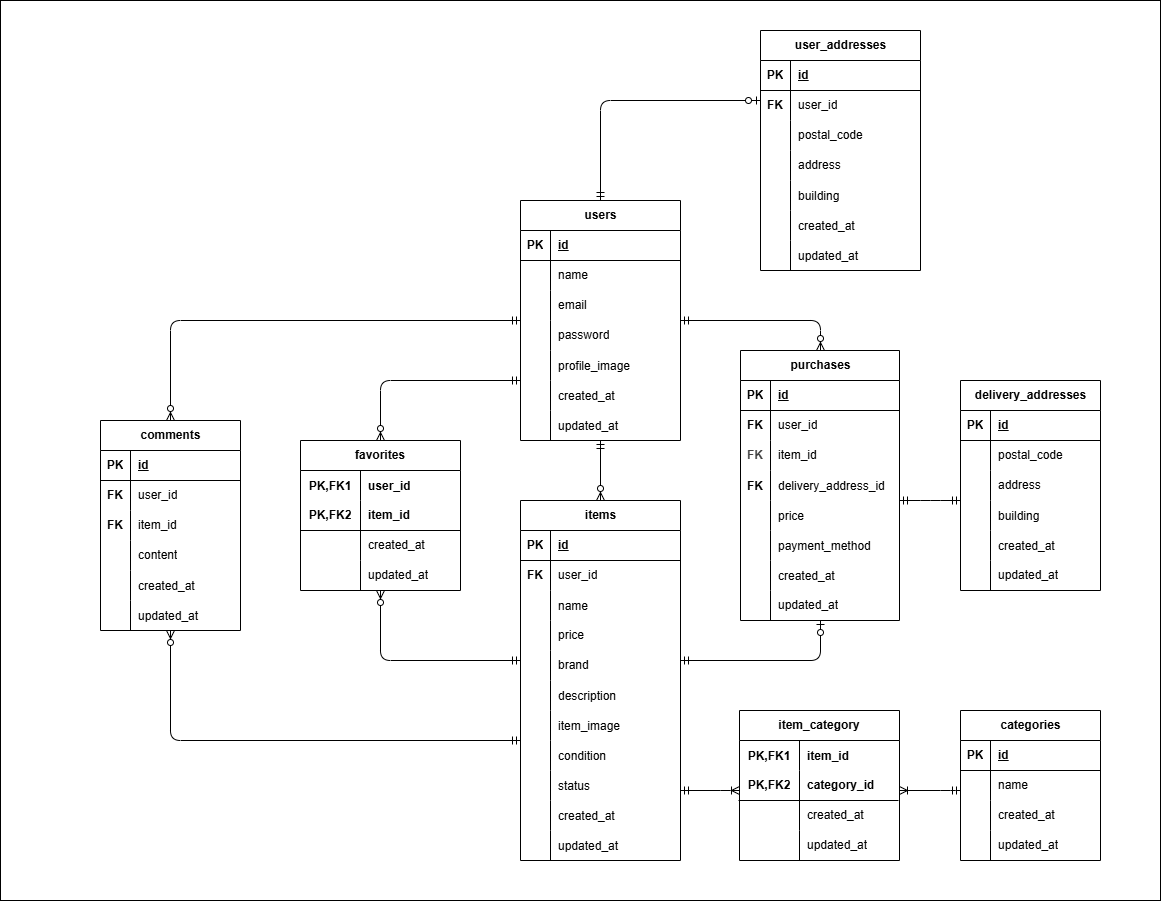
The draw.io diagram docs/ER-diagram.png in some-git-hub/flea-market, before a commit. Source tidied: cells renumbered, new cells last; positions are measured from the earlier drawing's top-left corner, leaving out a move shared by most shapes.
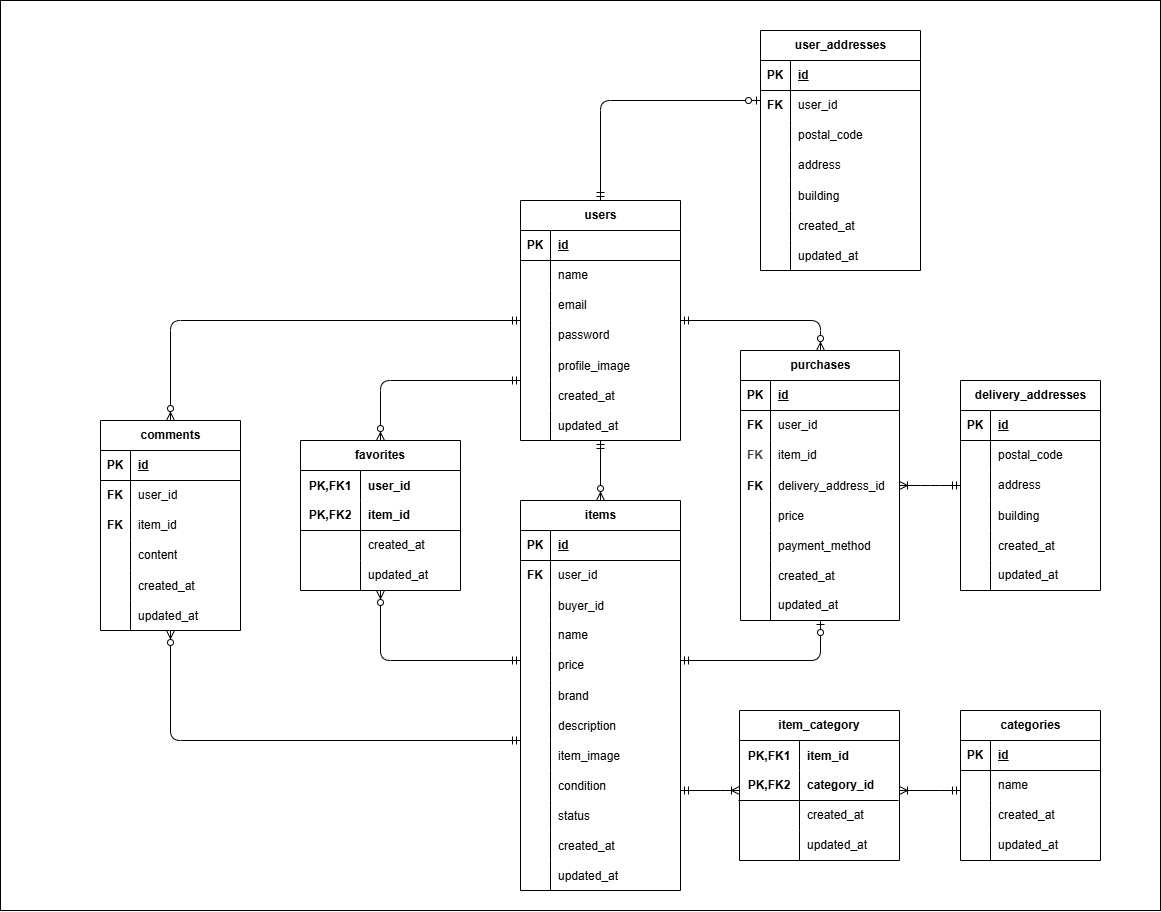
After the change.

Diff of the diagram source:
```diff
@@ -3,7 +3,7 @@
     <mxCell id="0" />
     <mxCell id="1" parent="0" />
     <mxCell id="2" style="rounded=0;whiteSpace=wrap;html=1;" parent="1" vertex="1">
-      <mxGeometry width="1160" height="900" as="geometry" />
+      <mxGeometry width="1160" height="910" as="geometry" />
     </mxCell>
     <mxCell id="3" value="users" style="shape=table;startSize=30;rowLines=0;fontStyle=1;align=center;html=1;" parent="1" vertex="1">
       <mxGeometry x="520" y="200" width="160" height="240" as="geometry" />
@@ -138,7 +138,7 @@
       <mxGeometry x="30" width="130" height="30" as="geometry" />
     </mxCell>
     <mxCell id="47" value="items" style="shape=table;startSize=30;rowLines=0;fontStyle=1;align=center;html=1;" parent="1" vertex="1">
-      <mxGeometry x="520" y="500" width="160" height="360" as="geometry" />
+      <mxGeometry x="520" y="500" width="160" height="390" as="geometry" />
     </mxCell>
     <mxCell id="48" style="shape=tableRow;horizontal=0;startSize=0;swimlaneHead=0;swimlaneBody=0;fillColor=none;top=0;left=0;right=0;bottom=1;" parent="47" vertex="1">
       <mxGeometry y="30" width="160" height="30" as="geometry" />
@@ -164,7 +164,7 @@
     <mxCell id="55" style="shape=partialRectangle;fillColor=none;top=0;left=0;bottom=0;right=0;overflow=hidden;" parent="54" vertex="1">
       <mxGeometry width="30" height="30" as="geometry" />
     </mxCell>
-    <mxCell id="56" value="name" style="shape=partialRectangle;fillColor=none;top=0;left=0;bottom=0;right=0;align=left;spacingLeft=6;overflow=hidden;" parent="54" vertex="1">
+    <mxCell id="56" value="buyer_id" style="shape=partialRectangle;fillColor=none;top=0;left=0;bottom=0;right=0;align=left;spacingLeft=6;overflow=hidden;" parent="54" vertex="1">
       <mxGeometry x="30" width="130" height="30" as="geometry" />
     </mxCell>
     <mxCell id="57" style="shape=tableRow;horizontal=0;startSize=0;swimlaneHead=0;swimlaneBody=0;fillColor=none;top=0;left=0;right=0;bottom=0;" parent="47" vertex="1">
@@ -173,7 +173,7 @@
     <mxCell id="58" style="shape=partialRectangle;fillColor=none;top=0;left=0;bottom=0;right=0;overflow=hidden;whiteSpace=wrap;html=1;" parent="57" vertex="1">
       <mxGeometry width="30" height="30" as="geometry" />
     </mxCell>
-    <mxCell id="59" value="price" style="shape=partialRectangle;fillColor=none;top=0;left=0;bottom=0;right=0;align=left;spacingLeft=6;overflow=hidden;whiteSpace=wrap;html=1;" parent="57" vertex="1">
+    <mxCell id="59" value="&lt;span style=&quot;color: rgb(0, 0, 0); text-wrap-mode: nowrap;&quot;&gt;name&lt;/span&gt;" style="shape=partialRectangle;fillColor=none;top=0;left=0;bottom=0;right=0;align=left;spacingLeft=6;overflow=hidden;whiteSpace=wrap;html=1;" parent="57" vertex="1">
       <mxGeometry x="30" width="130" height="30" as="geometry" />
     </mxCell>
     <mxCell id="60" style="shape=tableRow;horizontal=0;startSize=0;swimlaneHead=0;swimlaneBody=0;fillColor=none;top=0;left=0;right=0;bottom=0;" parent="47" vertex="1">
@@ -182,7 +182,7 @@
     <mxCell id="61" style="shape=partialRectangle;fillColor=none;top=0;left=0;bottom=0;right=0;overflow=hidden;whiteSpace=wrap;html=1;" parent="60" vertex="1">
       <mxGeometry width="30" height="30" as="geometry" />
     </mxCell>
-    <mxCell id="62" value="brand" style="shape=partialRectangle;fillColor=none;top=0;left=0;bottom=0;right=0;align=left;spacingLeft=6;overflow=hidden;whiteSpace=wrap;html=1;" parent="60" vertex="1">
+    <mxCell id="62" value="&lt;span style=&quot;color: rgb(0, 0, 0);&quot;&gt;price&lt;/span&gt;" style="shape=partialRectangle;fillColor=none;top=0;left=0;bottom=0;right=0;align=left;spacingLeft=6;overflow=hidden;whiteSpace=wrap;html=1;" parent="60" vertex="1">
       <mxGeometry x="30" width="130" height="30" as="geometry" />
     </mxCell>
     <mxCell id="63" style="shape=tableRow;horizontal=0;startSize=0;swimlaneHead=0;swimlaneBody=0;fillColor=none;top=0;left=0;right=0;bottom=0;" parent="47" vertex="1">
@@ -191,7 +191,7 @@
     <mxCell id="64" style="shape=partialRectangle;fillColor=none;top=0;left=0;bottom=0;right=0;overflow=hidden;" parent="63" vertex="1">
       <mxGeometry width="30" height="30" as="geometry" />
     </mxCell>
-    <mxCell id="65" value="description" style="shape=partialRectangle;fillColor=none;top=0;left=0;bottom=0;right=0;align=left;spacingLeft=6;overflow=hidden;" parent="63" vertex="1">
+    <mxCell id="65" value="brand" style="shape=partialRectangle;fillColor=none;top=0;left=0;bottom=0;right=0;align=left;spacingLeft=6;overflow=hidden;" parent="63" vertex="1">
       <mxGeometry x="30" width="130" height="30" as="geometry" />
     </mxCell>
     <mxCell id="66" style="shape=tableRow;horizontal=0;startSize=0;swimlaneHead=0;swimlaneBody=0;fillColor=none;top=0;left=0;right=0;bottom=0;" parent="47" vertex="1">
@@ -200,7 +200,7 @@
     <mxCell id="67" style="shape=partialRectangle;fillColor=none;top=0;left=0;bottom=0;right=0;overflow=hidden;" parent="66" vertex="1">
       <mxGeometry width="30" height="30" as="geometry" />
     </mxCell>
-    <mxCell id="68" value="item_image" style="shape=partialRectangle;fillColor=none;top=0;left=0;bottom=0;right=0;align=left;spacingLeft=6;overflow=hidden;" parent="66" vertex="1">
+    <mxCell id="68" value="description" style="shape=partialRectangle;fillColor=none;top=0;left=0;bottom=0;right=0;align=left;spacingLeft=6;overflow=hidden;" parent="66" vertex="1">
       <mxGeometry x="30" width="130" height="30" as="geometry" />
     </mxCell>
     <mxCell id="69" style="shape=tableRow;horizontal=0;startSize=0;swimlaneHead=0;swimlaneBody=0;fillColor=none;top=0;left=0;right=0;bottom=0;" parent="47" vertex="1">
@@ -209,7 +209,7 @@
     <mxCell id="70" style="shape=partialRectangle;fillColor=none;top=0;left=0;bottom=0;right=0;overflow=hidden;" parent="69" vertex="1">
       <mxGeometry width="30" height="30" as="geometry" />
     </mxCell>
-    <mxCell id="71" value="condition" style="shape=partialRectangle;fillColor=none;top=0;left=0;bottom=0;right=0;align=left;spacingLeft=6;overflow=hidden;" parent="69" vertex="1">
+    <mxCell id="71" value="item_image" style="shape=partialRectangle;fillColor=none;top=0;left=0;bottom=0;right=0;align=left;spacingLeft=6;overflow=hidden;" parent="69" vertex="1">
       <mxGeometry x="30" width="130" height="30" as="geometry" />
     </mxCell>
     <mxCell id="72" style="shape=tableRow;horizontal=0;startSize=0;swimlaneHead=0;swimlaneBody=0;fillColor=none;top=0;left=0;right=0;bottom=0;" parent="47" vertex="1">
@@ -218,7 +218,7 @@
     <mxCell id="73" style="shape=partialRectangle;fillColor=none;top=0;left=0;bottom=0;right=0;overflow=hidden;" parent="72" vertex="1">
       <mxGeometry width="30" height="30" as="geometry" />
     </mxCell>
-    <mxCell id="74" value="status" style="shape=partialRectangle;fillColor=none;top=0;left=0;bottom=0;right=0;align=left;spacingLeft=6;overflow=hidden;" parent="72" vertex="1">
+    <mxCell id="74" value="condition" style="shape=partialRectangle;fillColor=none;top=0;left=0;bottom=0;right=0;align=left;spacingLeft=6;overflow=hidden;" parent="72" vertex="1">
       <mxGeometry x="30" width="130" height="30" as="geometry" />
     </mxCell>
     <mxCell id="75" style="shape=tableRow;horizontal=0;startSize=0;swimlaneHead=0;swimlaneBody=0;fillColor=none;top=0;left=0;right=0;bottom=0;" parent="47" vertex="1">
@@ -227,7 +227,7 @@
     <mxCell id="76" style="shape=partialRectangle;fillColor=none;top=0;left=0;bottom=0;right=0;overflow=hidden;" parent="75" vertex="1">
       <mxGeometry width="30" height="30" as="geometry" />
     </mxCell>
-    <mxCell id="77" value="created_at" style="shape=partialRectangle;fillColor=none;top=0;left=0;bottom=0;right=0;align=left;spacingLeft=6;overflow=hidden;" parent="75" vertex="1">
+    <mxCell id="77" value="status" style="shape=partialRectangle;fillColor=none;top=0;left=0;bottom=0;right=0;align=left;spacingLeft=6;overflow=hidden;" parent="75" vertex="1">
       <mxGeometry x="30" width="130" height="30" as="geometry" />
     </mxCell>
     <mxCell id="78" style="shape=tableRow;horizontal=0;startSize=0;swimlaneHead=0;swimlaneBody=0;fillColor=none;top=0;left=0;right=0;bottom=0;" parent="47" vertex="1">
@@ -236,9 +236,18 @@
     <mxCell id="79" style="shape=partialRectangle;fillColor=none;top=0;left=0;bottom=0;right=0;overflow=hidden;" parent="78" vertex="1">
       <mxGeometry width="30" height="30" as="geometry" />
     </mxCell>
-    <mxCell id="80" value="updated_at" style="shape=partialRectangle;fillColor=none;top=0;left=0;bottom=0;right=0;align=left;spacingLeft=6;overflow=hidden;" parent="78" vertex="1">
+    <mxCell id="80" value="created_at" style="shape=partialRectangle;fillColor=none;top=0;left=0;bottom=0;right=0;align=left;spacingLeft=6;overflow=hidden;" parent="78" vertex="1">
       <mxGeometry x="30" width="130" height="30" as="geometry" />
     </mxCell>
+    <mxCell id="196" style="shape=tableRow;horizontal=0;startSize=0;swimlaneHead=0;swimlaneBody=0;fillColor=none;top=0;left=0;right=0;bottom=0;" parent="47" vertex="1">
+      <mxGeometry y="360" width="160" height="30" as="geometry" />
+    </mxCell>
+    <mxCell id="197" style="shape=partialRectangle;fillColor=none;top=0;left=0;bottom=0;right=0;overflow=hidden;" parent="196" vertex="1">
+      <mxGeometry width="30" height="30" as="geometry" />
+    </mxCell>
+    <mxCell id="198" value="updated_at" style="shape=partialRectangle;fillColor=none;top=0;left=0;bottom=0;right=0;align=left;spacingLeft=6;overflow=hidden;" parent="196" vertex="1">
+      <mxGeometry x="30" width="130" height="30" as="geometry" />
+    </mxCell>
     <mxCell id="81" style="fontSize=12;html=1;endArrow=ERzeroToMany;startArrow=ERmandOne;" parent="1" edge="1" source="3" target="47">
       <mxGeometry relative="1" as="geometry" />
     </mxCell>
@@ -523,14 +532,6 @@
     <mxCell id="165" value="&lt;span style=&quot;color: rgb(0, 0, 0); text-wrap-mode: nowrap;&quot;&gt;updated_at&lt;/span&gt;" style="shape=partialRectangle;fillColor=none;top=0;left=0;bottom=0;right=0;align=left;spacingLeft=6;overflow=hidden;whiteSpace=wrap;html=1;" parent="163" vertex="1">
       <mxGeometry x="30" width="110" height="30" as="geometry" />
     </mxCell>
-    <mxCell id="166" style="fontSize=12;html=1;endArrow=ERmandOne;startArrow=ERmandOne;edgeStyle=orthogonalEdgeStyle;" parent="1" edge="1" source="120" target="147">
-      <mxGeometry relative="1" as="geometry">
-        <Array as="points">
-          <mxPoint x="930" y="500" />
-          <mxPoint x="930" y="500" />
-        </Array>
-      </mxGeometry>
-    </mxCell>
     <mxCell id="167" value="item_category" style="shape=table;startSize=30;rowLines=0;fontStyle=1;align=center;html=1;whiteSpace=wrap;" parent="1" vertex="1">
       <mxGeometry x="739" y="710" width="160" height="150" as="geometry" />
     </mxCell>
@@ -628,5 +629,8 @@
         </Array>
       </mxGeometry>
     </mxCell>
+    <mxCell id="199" style="edgeStyle=entityRelationEdgeStyle;fontSize=12;html=1;endArrow=ERoneToMany;startArrow=ERmandOne;" parent="1" edge="1" source="147" target="120">
+      <mxGeometry relative="1" as="geometry" />
+    </mxCell>
   </root>
 </mxGraphModel>
```
